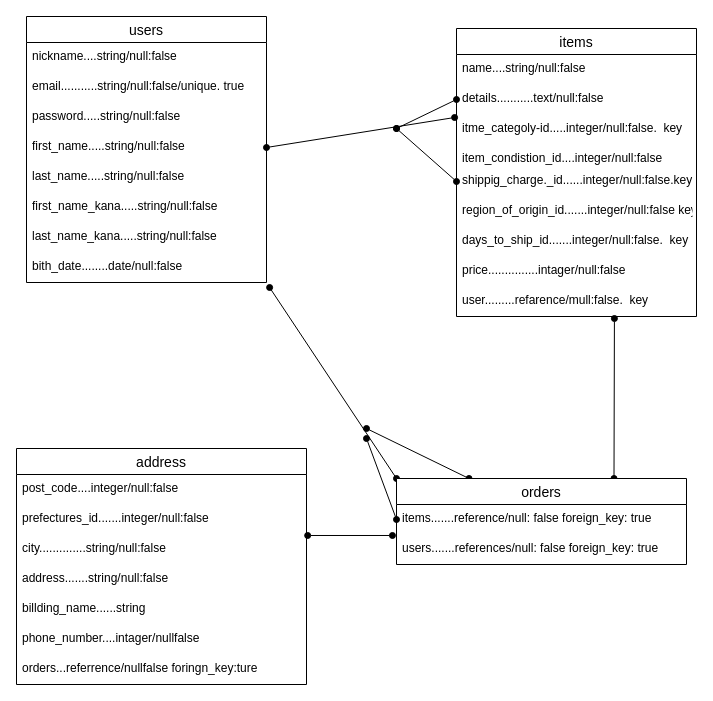
hiro-nishino/furima-39102 keeps this draw.io diagram as furim.dio. Above is the earlier version. Source tidied: cells renumbered, new cells numbered last; positions are measured from the earlier drawing's top-left corner, leaving out a move shared by most shapes. Both pictures are drawn from the tidied source at 100%, with x=0, y=0 at pixel (16, 16).
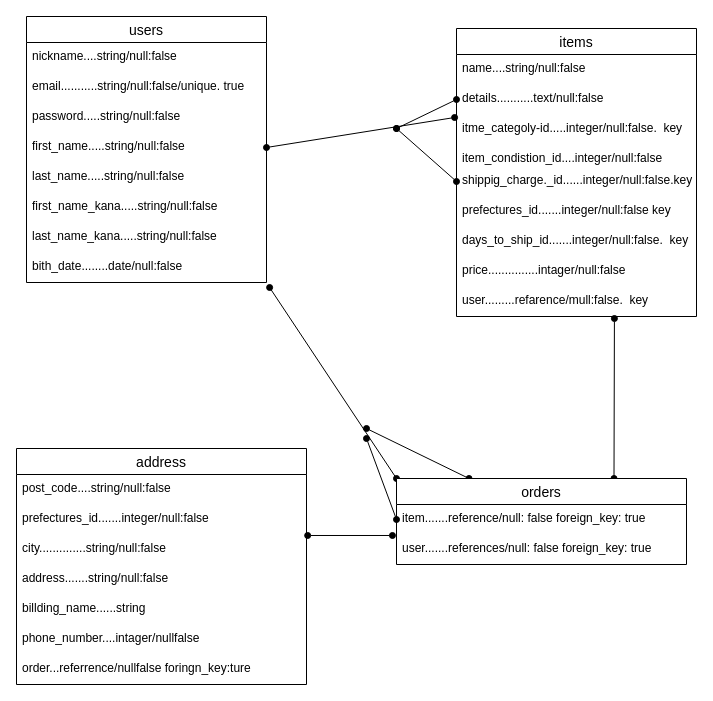
The same diagram, later.

Unchanged cells that the change refers to:
```xml
<mxCell id="11" value="items" style="swimlane;fontStyle=0;horizontal=1;startSize=26;align=center;fontSize=14;" parent="1" vertex="1">
  <mxGeometry x="440" y="12" width="240" height="288" as="geometry" />
</mxCell>
<mxCell id="21" value="address" style="swimlane;fontStyle=0;horizontal=1;startSize=26;align=center;fontSize=14;strokeColor=default;" parent="1" vertex="1">
  <mxGeometry y="432" width="290" height="236" as="geometry" />
</mxCell>
<mxCell id="32" value="orders" style="swimlane;fontStyle=0;horizontal=1;startSize=26;align=center;fontSize=14;" parent="1" vertex="1">
  <mxGeometry x="380" y="462" width="290" height="86" as="geometry" />
</mxCell>
```

What changed in the source:
```diff
@@
-    <mxCell id="17" value="region_of_origin_id.......integer/null:false key" style="text;strokeColor=none;fillColor=none;spacingLeft=4;spacingRight=4;overflow=hidden;fontSize=12;" parent="11" vertex="1">
+    <mxCell id="17" value="prefectures_id.......integer/null:false key" style="text;strokeColor=none;fillColor=none;spacingLeft=4;spacingRight=4;overflow=hidden;fontSize=12;" parent="11" vertex="1">
       <mxGeometry y="168" width="240" height="30" as="geometry" />
     </mxCell>
@@
-    <mxCell id="22" value="post_code....integer/null:false" style="text;strokeColor=none;fillColor=none;spacingLeft=4;spacingRight=4;overflow=hidden;fontSize=12;" parent="21" vertex="1">
+    <mxCell id="22" value="post_code....string/null:false" style="text;strokeColor=none;fillColor=none;spacingLeft=4;spacingRight=4;overflow=hidden;fontSize=12;" parent="21" vertex="1">
       <mxGeometry y="26" width="290" height="30" as="geometry" />
     </mxCell>
@@
-    <mxCell id="28" value="orders...referrence/nullfalse foringn_key:ture" style="text;strokeColor=none;fillColor=none;spacingLeft=4;spacingRight=4;overflow=hidden;fontSize=12;" parent="21" vertex="1">
+    <mxCell id="28" value="order...referrence/nullfalse foringn_key:ture" style="text;strokeColor=none;fillColor=none;spacingLeft=4;spacingRight=4;overflow=hidden;fontSize=12;" parent="21" vertex="1">
       <mxGeometry y="206" width="290" height="30" as="geometry" />
     </mxCell>
@@
-    <mxCell id="33" value="items.......reference/null: false foreign_key: true" style="text;strokeColor=none;fillColor=none;spacingLeft=4;spacingRight=4;overflow=hidden;points=[[0,0.5],[1,0.5]];portConstraint=eastwest;fontSize=12;" parent="32" vertex="1">
+    <mxCell id="33" value="item.......reference/null: false foreign_key: true" style="text;strokeColor=none;fillColor=none;spacingLeft=4;spacingRight=4;overflow=hidden;points=[[0,0.5],[1,0.5]];portConstraint=eastwest;fontSize=12;" parent="32" vertex="1">
       <mxGeometry y="26" width="290" height="30" as="geometry" />
     </mxCell>
-    <mxCell id="34" value="users.......references/null: false foreign_key: true" style="text;strokeColor=none;fillColor=none;spacingLeft=4;spacingRight=4;overflow=hidden;fontSize=12;" parent="32" vertex="1">
+    <mxCell id="34" value="user.......references/null: false foreign_key: true" style="text;strokeColor=none;fillColor=none;spacingLeft=4;spacingRight=4;overflow=hidden;fontSize=12;" parent="32" vertex="1">
       <mxGeometry y="56" width="290" height="30" as="geometry" />
     </mxCell>
```
